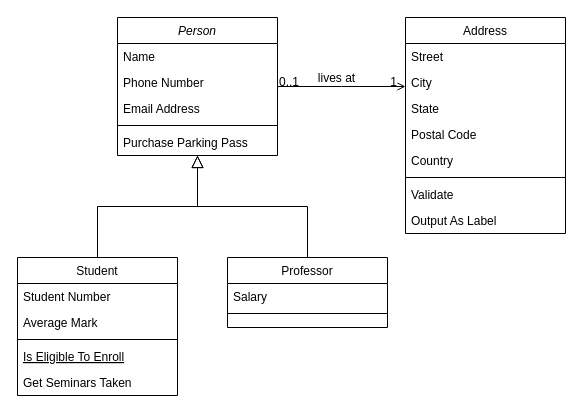
Glauberth/RocketSeat-Desafio01 keeps this draw.io diagram as Diagrama sem nome.drawio. Above is the earlier version. Source tidied: cells renumbered, new cells numbered last; positions are measured from the earlier drawing's top-left corner, leaving out a move shared by most shapes. Both pictures are drawn from the tidied source at 100%, with x=0, y=0 at pixel (17, 17).
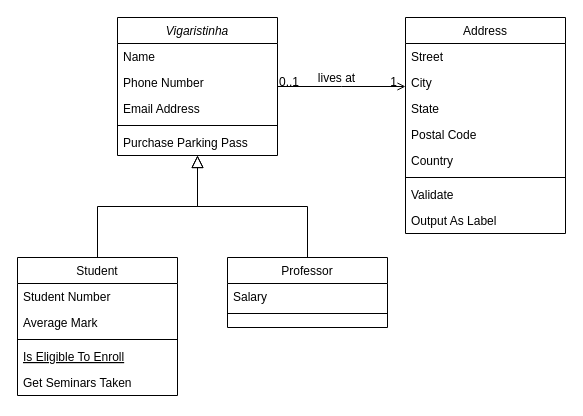
After the change.

What changed in the source:
```diff
@@
-    <mxCell id="2" value="Person" style="swimlane;fontStyle=2;align=center;verticalAlign=top;horizontal=1;startSize=26;rounded=0;shadow=0;strokeWidth=1;" parent="1" vertex="1">
+    <mxCell id="2" value="Vigaristinha" style="swimlane;fontStyle=2;align=center;verticalAlign=top;horizontal=1;startSize=26;rounded=0;shadow=0;strokeWidth=1;" parent="1" vertex="1">
       <mxGeometry x="100" width="160" height="138" as="geometry" />
     </mxCell>
```
